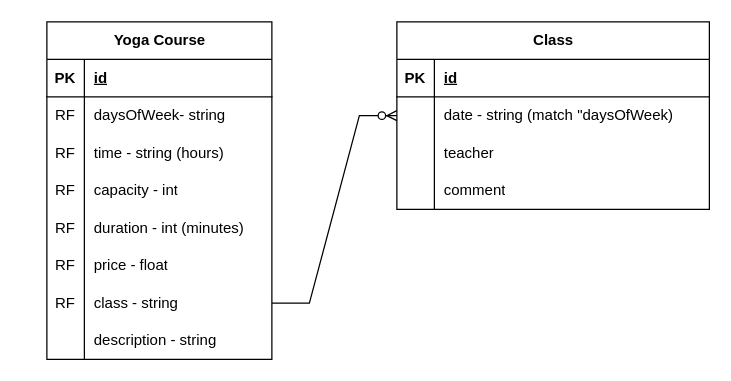
Earlier version of the draw.io diagram page "Database" (1 of 2) of YogaApp.drawio (HungBuii/Yoga-App). Source tidied: cells renumbered, new cells numbered last; positions are measured from the earlier drawing's top-left corner, leaving out a move shared by most shapes. Both pictures are drawn from the tidied source at 125%, with x=0, y=0 at pixel (46, 21).
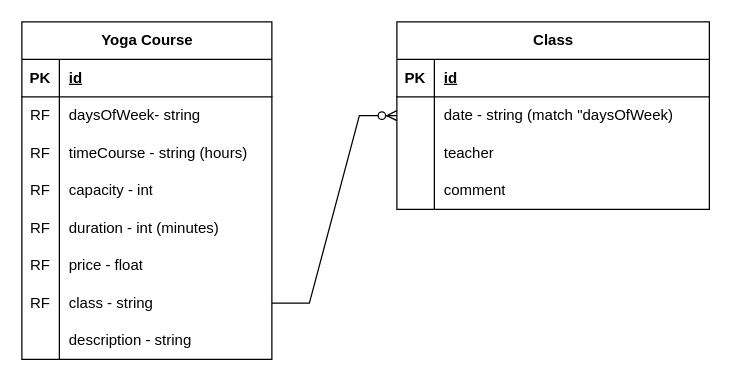
The same page after the edit.

The edit, as a diff of the source:
```diff
@@
     <mxCell id="2" value="Yoga Course" style="shape=table;startSize=30;childLayout=tableLayout;rowLines=0;fontStyle=1;align=center;html=1;" parent="1" vertex="1">
-      <mxGeometry width="180" height="270" as="geometry" />
+      <mxGeometry x="-20" width="200" height="270" as="geometry" />
     </mxCell>
     <mxCell id="3" style="shape=tableRow;horizontal=0;startSize=0;swimlaneHead=0;swimlaneBody=0;fillColor=none;top=0;left=0;right=0;bottom=1;" parent="2" vertex="1">
-      <mxGeometry y="30" width="180" height="30" as="geometry" />
+      <mxGeometry y="30" width="200" height="30" as="geometry" />
     </mxCell>
@@
     <mxCell id="5" value="id" style="shape=partialRectangle;fillColor=none;top=0;left=0;bottom=0;right=0;align=left;spacingLeft=6;fontStyle=5;overflow=hidden;whiteSpace=wrap;html=1;" parent="3" vertex="1">
-      <mxGeometry x="30" width="150" height="30" as="geometry" />
+      <mxGeometry x="30" width="170" height="30" as="geometry" />
     </mxCell>
     <mxCell id="6" style="shape=tableRow;horizontal=0;startSize=0;swimlaneHead=0;swimlaneBody=0;fillColor=none;top=0;left=0;right=0;bottom=0;" parent="2" vertex="1">
-      <mxGeometry y="60" width="180" height="30" as="geometry" />
+      <mxGeometry y="60" width="200" height="30" as="geometry" />
     </mxCell>
@@
     <mxCell id="8" value="daysOfWeek- string" style="shape=partialRectangle;fillColor=none;top=0;left=0;bottom=0;right=0;align=left;spacingLeft=6;overflow=hidden;whiteSpace=wrap;html=1;" parent="6" vertex="1">
-      <mxGeometry x="30" width="150" height="30" as="geometry" />
+      <mxGeometry x="30" width="170" height="30" as="geometry" />
     </mxCell>
     <mxCell id="9" style="shape=tableRow;horizontal=0;startSize=0;swimlaneHead=0;swimlaneBody=0;fillColor=none;top=0;left=0;right=0;bottom=0;" parent="2" vertex="1">
-      <mxGeometry y="90" width="180" height="30" as="geometry" />
+      <mxGeometry y="90" width="200" height="30" as="geometry" />
     </mxCell>
@@
-    <mxCell id="11" value="time - string (hours)" style="shape=partialRectangle;fillColor=none;top=0;left=0;bottom=0;right=0;align=left;spacingLeft=6;overflow=hidden;whiteSpace=wrap;html=1;" parent="9" vertex="1">
-      <mxGeometry x="30" width="150" height="30" as="geometry" />
+    <mxCell id="11" value="timeCourse - string (hours)" style="shape=partialRectangle;fillColor=none;top=0;left=0;bottom=0;right=0;align=left;spacingLeft=6;overflow=hidden;whiteSpace=wrap;html=1;" parent="9" vertex="1">
+      <mxGeometry x="30" width="170" height="30" as="geometry" />
     </mxCell>
     <mxCell id="12" style="shape=tableRow;horizontal=0;startSize=0;swimlaneHead=0;swimlaneBody=0;fillColor=none;top=0;left=0;right=0;bottom=0;" parent="2" vertex="1">
-      <mxGeometry y="120" width="180" height="30" as="geometry" />
+      <mxGeometry y="120" width="200" height="30" as="geometry" />
     </mxCell>
@@
     <mxCell id="14" value="capacity - int" style="shape=partialRectangle;fillColor=none;top=0;left=0;bottom=0;right=0;align=left;spacingLeft=6;overflow=hidden;whiteSpace=wrap;html=1;" parent="12" vertex="1">
-      <mxGeometry x="30" width="150" height="30" as="geometry" />
+      <mxGeometry x="30" width="170" height="30" as="geometry" />
     </mxCell>
     <mxCell id="15" style="shape=tableRow;horizontal=0;startSize=0;swimlaneHead=0;swimlaneBody=0;fillColor=none;top=0;left=0;right=0;bottom=0;" parent="2" vertex="1">
-      <mxGeometry y="150" width="180" height="30" as="geometry" />
+      <mxGeometry y="150" width="200" height="30" as="geometry" />
     </mxCell>
@@
     <mxCell id="17" value="duration - int (minutes)" style="shape=partialRectangle;fillColor=none;top=0;left=0;bottom=0;right=0;align=left;spacingLeft=6;overflow=hidden;whiteSpace=wrap;html=1;" parent="15" vertex="1">
-      <mxGeometry x="30" width="150" height="30" as="geometry" />
+      <mxGeometry x="30" width="170" height="30" as="geometry" />
     </mxCell>
     <mxCell id="18" style="shape=tableRow;horizontal=0;startSize=0;swimlaneHead=0;swimlaneBody=0;fillColor=none;top=0;left=0;right=0;bottom=0;" parent="2" vertex="1">
-      <mxGeometry y="180" width="180" height="30" as="geometry" />
+      <mxGeometry y="180" width="200" height="30" as="geometry" />
     </mxCell>
@@
     <mxCell id="20" value="price - float" style="shape=partialRectangle;fillColor=none;top=0;left=0;bottom=0;right=0;align=left;spacingLeft=6;overflow=hidden;whiteSpace=wrap;html=1;" parent="18" vertex="1">
-      <mxGeometry x="30" width="150" height="30" as="geometry" />
+      <mxGeometry x="30" width="170" height="30" as="geometry" />
     </mxCell>
     <mxCell id="21" style="shape=tableRow;horizontal=0;startSize=0;swimlaneHead=0;swimlaneBody=0;fillColor=none;points=[[0,0.5],[1,0.5]];portConstraint=eastwest;top=0;left=0;right=0;bottom=0;" parent="2" vertex="1">
-      <mxGeometry y="210" width="180" height="30" as="geometry" />
+      <mxGeometry y="210" width="200" height="30" as="geometry" />
     </mxCell>
@@
     <mxCell id="23" value="class - string" style="shape=partialRectangle;fillColor=none;top=0;left=0;bottom=0;right=0;align=left;spacingLeft=6;overflow=hidden;whiteSpace=wrap;html=1;" parent="21" vertex="1">
-      <mxGeometry x="30" width="150" height="30" as="geometry" />
+      <mxGeometry x="30" width="170" height="30" as="geometry" />
     </mxCell>
     <mxCell id="24" style="shape=tableRow;horizontal=0;startSize=0;swimlaneHead=0;swimlaneBody=0;fillColor=none;top=0;left=0;right=0;bottom=0;" parent="2" vertex="1">
-      <mxGeometry y="240" width="180" height="30" as="geometry" />
+      <mxGeometry y="240" width="200" height="30" as="geometry" />
     </mxCell>
@@
     <mxCell id="26" value="description - string" style="shape=partialRectangle;fillColor=none;top=0;left=0;bottom=0;right=0;align=left;spacingLeft=6;overflow=hidden;whiteSpace=wrap;html=1;" parent="24" vertex="1">
-      <mxGeometry x="30" width="150" height="30" as="geometry" />
+      <mxGeometry x="30" width="170" height="30" as="geometry" />
     </mxCell>
```
